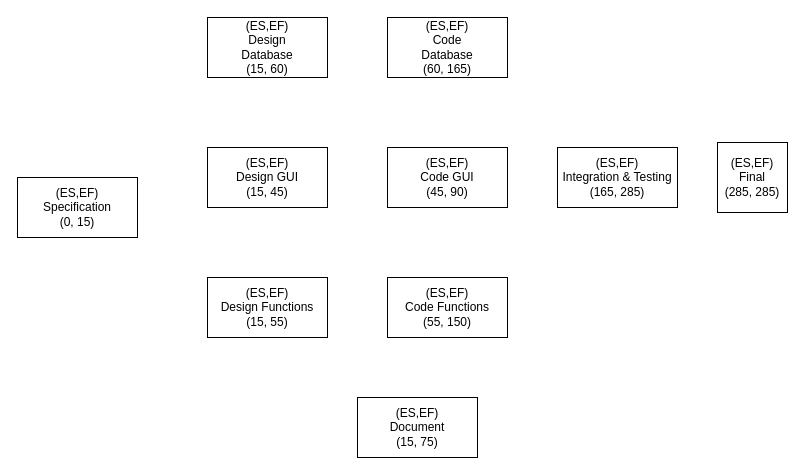
The draw.io diagram diagrams/earlist_latest.drawio in O-alpha/SE-LAB, before the edit. Source tidied: cells renumbered, new cells numbered last; positions are measured from the earlier drawing's top-left corner, leaving out a move shared by most shapes. Both pictures are drawn from the tidied source at 100%, with x=0, y=0 at pixel (17, 17).
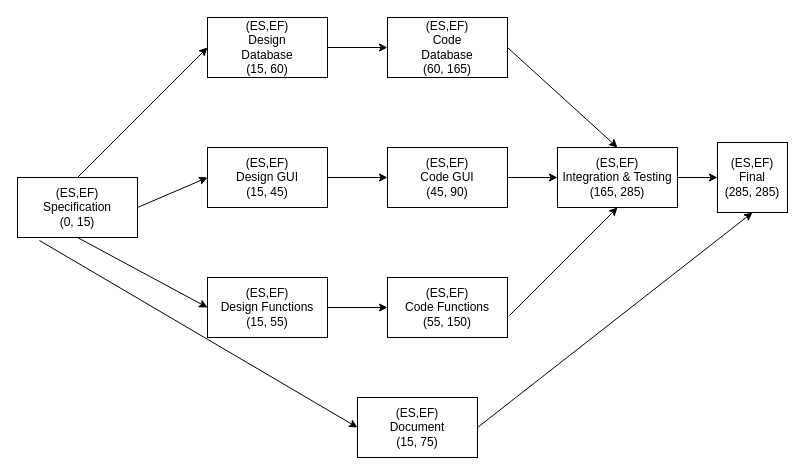
After the change.

The change refers to these unchanged cells:
```xml
<mxCell id="2" value="(ES,EF)&lt;br&gt;Specification&lt;br&gt;(0, 15)" style="rounded=0;whiteSpace=wrap;html=1;" parent="1" vertex="1">
  <mxGeometry y="160" width="120" height="60" as="geometry" />
</mxCell>
<mxCell id="3" value="(ES,EF)&lt;br&gt;Design&lt;br&gt;Database&lt;br&gt;(15, 60)" style="rounded=0;whiteSpace=wrap;html=1;" parent="1" vertex="1">
  <mxGeometry x="190" width="120" height="60" as="geometry" />
</mxCell>
<mxCell id="4" value="(ES,EF)&lt;br&gt;Design GUI&lt;br&gt;(15, 45)" style="rounded=0;whiteSpace=wrap;html=1;" parent="1" vertex="1">
  <mxGeometry x="190" y="130" width="120" height="60" as="geometry" />
</mxCell>
<mxCell id="5" value="(ES,EF)&lt;br&gt;Design Functions&lt;br&gt;(15, 55)" style="rounded=0;whiteSpace=wrap;html=1;" parent="1" vertex="1">
  <mxGeometry x="190" y="260" width="120" height="60" as="geometry" />
</mxCell>
<mxCell id="6" value="(ES,EF)&lt;br style=&quot;border-color: var(--border-color);&quot;&gt;Document&lt;br style=&quot;border-color: var(--border-color);&quot;&gt;(15, 75)" style="rounded=0;whiteSpace=wrap;html=1;" parent="1" vertex="1">
  <mxGeometry x="340" y="380" width="120" height="60" as="geometry" />
</mxCell>
<mxCell id="7" value="(ES,EF)&lt;br style=&quot;border-color: var(--border-color);&quot;&gt;Code&lt;br style=&quot;border-color: var(--border-color);&quot;&gt;Database&lt;br style=&quot;border-color: var(--border-color);&quot;&gt;(60, 165)" style="rounded=0;whiteSpace=wrap;html=1;" parent="1" vertex="1">
  <mxGeometry x="370" width="120" height="60" as="geometry" />
</mxCell>
<mxCell id="8" value="(ES,EF)&lt;br style=&quot;border-color: var(--border-color);&quot;&gt;Code GUI&lt;br style=&quot;border-color: var(--border-color);&quot;&gt;(45, 90)" style="rounded=0;whiteSpace=wrap;html=1;" parent="1" vertex="1">
  <mxGeometry x="370" y="130" width="120" height="60" as="geometry" />
</mxCell>
<mxCell id="9" value="(ES,EF)&lt;br style=&quot;border-color: var(--border-color);&quot;&gt;Code Functions&lt;br style=&quot;border-color: var(--border-color);&quot;&gt;(55, 150)" style="rounded=0;whiteSpace=wrap;html=1;" parent="1" vertex="1">
  <mxGeometry x="370" y="260" width="120" height="60" as="geometry" />
</mxCell>
<mxCell id="10" value="(ES,EF)&lt;br style=&quot;border-color: var(--border-color);&quot;&gt;Integration &amp;amp; Testing&lt;br style=&quot;border-color: var(--border-color);&quot;&gt;(165, 285)" style="rounded=0;whiteSpace=wrap;html=1;" parent="1" vertex="1">
  <mxGeometry x="540" y="130" width="120" height="60" as="geometry" />
</mxCell>
<mxCell id="11" value="(ES,EF)&lt;br style=&quot;border-color: var(--border-color);&quot;&gt;Final&lt;br style=&quot;border-color: var(--border-color);&quot;&gt;(285, 285)" style="whiteSpace=wrap;html=1;" parent="1" vertex="1">
  <mxGeometry x="700" y="125" width="70" height="70" as="geometry" />
</mxCell>
```

The edit, as a diff of the source:
```diff
@@
+    <mxCell id="12" style="edgeStyle=orthogonalEdgeStyle;rounded=0;jettySize=auto;html=1;exitX=1;exitY=0.5;exitDx=0;exitDy=0;" parent="1" edge="1" source="3" target="7">
+      <mxGeometry relative="1" as="geometry" />
+    </mxCell>
@@
+    <mxCell id="13" style="edgeStyle=orthogonalEdgeStyle;rounded=0;jettySize=auto;html=1;exitX=1;exitY=0.5;exitDx=0;exitDy=0;" parent="1" edge="1" source="4" target="8">
+      <mxGeometry relative="1" as="geometry" />
+    </mxCell>
@@
+    <mxCell id="14" style="edgeStyle=orthogonalEdgeStyle;rounded=0;jettySize=auto;html=1;exitX=1;exitY=0.5;exitDx=0;exitDy=0;entryX=0;entryY=0.5;entryDx=0;entryDy=0;" parent="1" edge="1" source="5" target="9">
+      <mxGeometry relative="1" as="geometry" />
+    </mxCell>
@@
+    <mxCell id="15" style="edgeStyle=orthogonalEdgeStyle;rounded=0;jettySize=auto;html=1;exitX=1;exitY=0.5;exitDx=0;exitDy=0;entryX=0;entryY=0.5;entryDx=0;entryDy=0;" parent="1" edge="1" source="8" target="10">
+      <mxGeometry relative="1" as="geometry" />
+    </mxCell>
@@
+    <mxCell id="16" style="edgeStyle=orthogonalEdgeStyle;rounded=0;jettySize=auto;html=1;exitX=1;exitY=0.5;exitDx=0;exitDy=0;entryX=0;entryY=0.5;entryDx=0;entryDy=0;" parent="1" edge="1" source="10" target="11">
+      <mxGeometry relative="1" as="geometry" />
+    </mxCell>
@@
+    <mxCell id="17" style="endArrow=classic;html=1;rounded=0;exitX=0.5;exitY=0;exitDx=0;exitDy=0;entryX=0;entryY=0.5;entryDx=0;entryDy=0;" parent="1" edge="1" source="2" target="3">
+      <mxGeometry relative="1" as="geometry" />
+    </mxCell>
+    <mxCell id="18" style="endArrow=classic;html=1;rounded=0;exitX=0.5;exitY=1;exitDx=0;exitDy=0;entryX=0;entryY=0.5;entryDx=0;entryDy=0;" parent="1" edge="1" source="2" target="5">
+      <mxGeometry relative="1" as="geometry" />
+    </mxCell>
+    <mxCell id="19" style="endArrow=classic;html=1;rounded=0;exitX=0.183;exitY=1.05;exitDx=0;exitDy=0;exitPerimeter=0;entryX=0;entryY=0.5;entryDx=0;entryDy=0;" parent="1" edge="1" source="2" target="6">
+      <mxGeometry relative="1" as="geometry" />
+    </mxCell>
+    <mxCell id="20" style="endArrow=classic;html=1;rounded=0;exitX=1;exitY=0.5;exitDx=0;exitDy=0;entryX=0;entryY=0.5;entryDx=0;entryDy=0;" parent="1" edge="1" source="2" target="4">
+      <mxGeometry relative="1" as="geometry" />
+    </mxCell>
+    <mxCell id="21" style="endArrow=classic;html=1;rounded=0;exitX=1;exitY=0.5;exitDx=0;exitDy=0;entryX=0.5;entryY=0;entryDx=0;entryDy=0;" parent="1" edge="1" source="7" target="10">
+      <mxGeometry relative="1" as="geometry" />
+    </mxCell>
+    <mxCell id="22" style="endArrow=classic;html=1;rounded=0;entryX=0.5;entryY=1;entryDx=0;entryDy=0;exitX=1.017;exitY=0.633;exitDx=0;exitDy=0;exitPerimeter=0;" parent="1" edge="1" source="9" target="10">
+      <mxGeometry relative="1" as="geometry" />
+    </mxCell>
+    <mxCell id="23" style="endArrow=classic;html=1;rounded=0;exitX=1;exitY=0.5;exitDx=0;exitDy=0;entryX=0.5;entryY=1;entryDx=0;entryDy=0;" parent="1" edge="1" source="6" target="11">
+      <mxGeometry relative="1" as="geometry" />
+    </mxCell>
```
